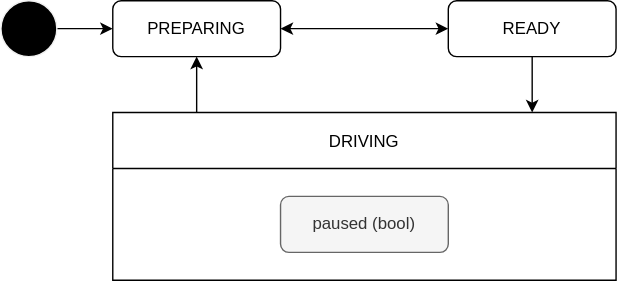
Before: docs/design/autoware-interfaces/ad-api/data/driving-state.drawio.svg, a diagram exported from draw.io (tier4/autoware-documentation). Source tidied: cells renumbered, new cells last; positions are measured from the earlier drawing's top-left corner, leaving out a move shared by most shapes.
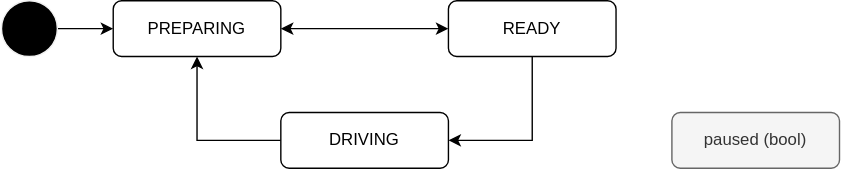
The same diagram one commit later.

What changed in the source:
```diff
@@ -17,27 +17,25 @@
     <mxCell id="6" style="edgeStyle=orthogonalEdgeStyle;html=1;rounded=0;" parent="1" edge="1" source="7" target="9">
       <mxGeometry relative="1" as="geometry">
         <Array as="points">
-          <mxPoint x="380" y="70" />
-          <mxPoint x="380" y="70" />
+          <mxPoint x="380" y="100" />
         </Array>
       </mxGeometry>
     </mxCell>
     <mxCell id="7" value="READY" style="rounded=1;whiteSpace=wrap;html=1;" parent="1" vertex="1">
       <mxGeometry x="320" width="120" height="40" as="geometry" />
     </mxCell>
+    <mxCell id="10" value="paused (bool)" style="rounded=1;whiteSpace=wrap;html=1;fillColor=#f5f5f5;fontColor=#333333;strokeColor=#666666;" parent="1" vertex="1">
+      <mxGeometry x="480" y="80" width="120" height="40" as="geometry" />
+    </mxCell>
-    <mxCell id="8" style="edgeStyle=orthogonalEdgeStyle;rounded=0;html=1;entryX=0.5;entryY=1;entryDx=0;entryDy=0;" parent="1" edge="1" source="9" target="5">
+    <mxCell id="8" style="edgeStyle=orthogonalEdgeStyle;rounded=0;html=1;" parent="1" edge="1" source="9" target="5">
       <mxGeometry relative="1" as="geometry">
         <Array as="points">
-          <mxPoint x="140" y="70" />
-          <mxPoint x="140" y="70" />
+          <mxPoint x="140" y="100" />
         </Array>
       </mxGeometry>
     </mxCell>
-    <mxCell id="9" value="DRIVING" style="swimlane;startSize=40;fontStyle=0;" parent="1" vertex="1">
-      <mxGeometry x="80" y="80" width="360" height="120" as="geometry" />
+    <mxCell id="9" value="&lt;span&gt;DRIVING&lt;/span&gt;" style="rounded=1;whiteSpace=wrap;html=1;" parent="1" vertex="1">
+      <mxGeometry x="200" y="80" width="120" height="40" as="geometry" />
     </mxCell>
-    <mxCell id="10" value="paused (bool)" style="rounded=1;whiteSpace=wrap;html=1;fillColor=#f5f5f5;fontColor=#333333;strokeColor=#666666;" parent="9" vertex="1">
-      <mxGeometry x="120" y="60" width="120" height="40" as="geometry" />
-    </mxCell>
   </root>
 </mxGraphModel>
```
